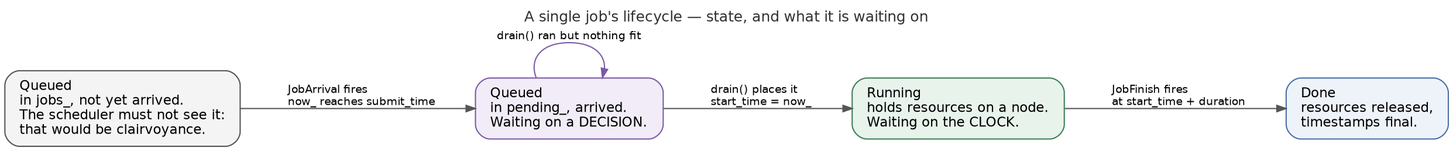
Earlier version of the Graphviz export docs/job-lifecycle.png (N0ck0/atlas-simulator). Its source is kept beside it as docs/job-lifecycle.dot. Its diagram source:
```dot

digraph lifecycle {
  rankdir=LR;
  bgcolor="white";
  nodesep=0.4;
  ranksep=0.9;
  fontname="Helvetica";
  node [fontname="Helvetica", fontsize=11, shape=box, style="rounded,filled",
        fillcolor="#ffffff", color="#555555", margin="0.16,0.10"];
  edge [fontname="Helvetica", fontsize=9, color="#555555", arrowsize=0.75];

  label="A single job's lifecycle — state, and what it is waiting on";
  labelloc="t";
  fontsize=12;
  fontcolor="#333333";

  q  [label="Queued\lin jobs_, not yet arrived.\lThe scheduler must not see it:\lthat would be clairvoyance.\l",
      fillcolor="#f4f4f4"];
  pq [label="Queued\lin pending_, arrived.\lWaiting on a DECISION.\l",
      fillcolor="#f1ecf7", color="#7a5ba6"];
  rn [label="Running\lholds resources on a node.\lWaiting on the CLOCK.\l",
      fillcolor="#e8f3ec", color="#3f7d5a"];
  dn [label="Done\lresources released,\ltimestamps final.\l",
      fillcolor="#eef3fa", color="#4a6fa5"];

  q  -> pq [label="  JobArrival fires\l  now_ reaches submit_time\l"];
  pq -> rn [label="  drain() places it\l  start_time = now_\l"];
  rn -> dn [label="  JobFinish fires\l  at start_time + duration\l"];

  pq -> pq [label="  drain() ran but nothing fit  ", color="#7a5ba6"];
}
```
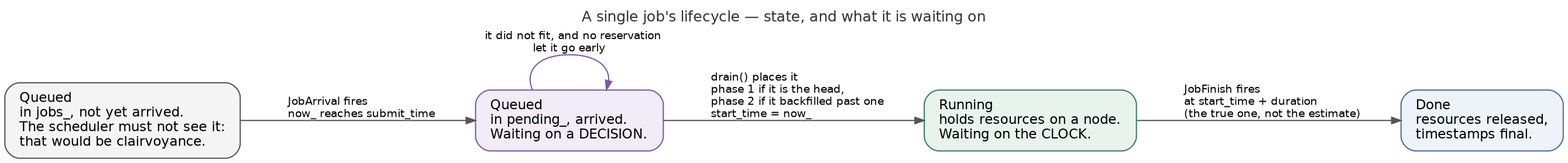
Later version of the same file.

Diff of the diagram source:
```diff
@@ -24,8 +24,8 @@
       fillcolor="#eef3fa", color="#4a6fa5"];
 
   q  -> pq [label="  JobArrival fires\l  now_ reaches submit_time\l"];
-  pq -> rn [label="  drain() places it\l  start_time = now_\l"];
-  rn -> dn [label="  JobFinish fires\l  at start_time + duration\l"];
+  pq -> rn [label="  drain() places it\l  phase 1 if it is the head,\l  phase 2 if it backfilled past one\l  start_time = now_\l"];
+  rn -> dn [label="  JobFinish fires\l  at start_time + duration\l  (the true one, not the estimate)\l"];
 
-  pq -> pq [label="  drain() ran but nothing fit  ", color="#7a5ba6"];
+  pq -> pq [label="  it did not fit, and no reservation\l  let it go early  ", color="#7a5ba6"];
 }
```
